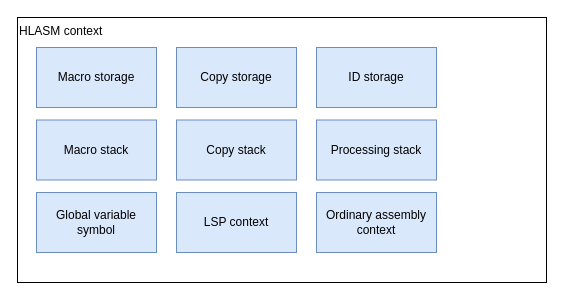
The draw.io diagram documentation/img/hlasm_arch.drawio in michalbali256/HlasmPlugin-docs, before the edit. Source tidied: cells renumbered, new cells numbered last; positions are measured from the earlier drawing's top-left corner, leaving out a move shared by most shapes. Both pictures are drawn from the tidied source at 100%, with x=0, y=0 at pixel (17, 17).
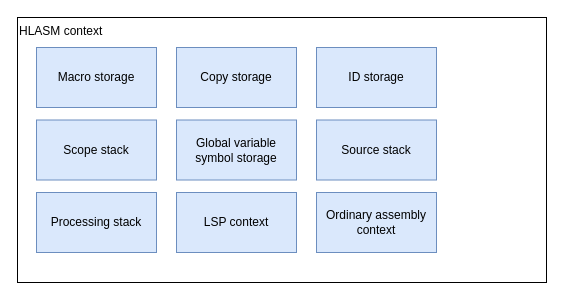
The same page after the edit.

Change to the diagram source:
```diff
@@
 <mxGraphModel>
   <root>
     <mxCell id="0" />
     <mxCell id="1" parent="0" />
     <mxCell id="2" value="HLASM context" style="rounded=0;whiteSpace=wrap;html=1;flipV=0;flipH=1;direction=east;verticalAlign=top;align=left;" parent="1" vertex="1">
       <mxGeometry width="529" height="265" as="geometry" />
     </mxCell>
     <mxCell id="3" value="Macro storage" style="rounded=0;whiteSpace=wrap;html=1;flipV=0;flipH=1;direction=east;verticalAlign=middle;fillColor=#dae8fc;strokeColor=#6c8ebf;" parent="1" vertex="1">
       <mxGeometry x="19" y="30" width="120" height="60" as="geometry" />
     </mxCell>
     <mxCell id="4" value="Copy storage" style="rounded=0;whiteSpace=wrap;html=1;flipV=0;flipH=1;direction=east;verticalAlign=middle;fillColor=#dae8fc;strokeColor=#6c8ebf;" parent="1" vertex="1">
       <mxGeometry x="159" y="30" width="120" height="60" as="geometry" />
     </mxCell>
-    <mxCell id="5" value="Processing stack" style="rounded=0;whiteSpace=wrap;html=1;flipV=0;flipH=1;direction=east;verticalAlign=middle;fillColor=#dae8fc;strokeColor=#6c8ebf;" parent="1" vertex="1">
+    <mxCell id="5" value="Source stack" style="rounded=0;whiteSpace=wrap;html=1;flipV=0;flipH=1;direction=east;verticalAlign=middle;fillColor=#dae8fc;strokeColor=#6c8ebf;" parent="1" vertex="1">
       <mxGeometry x="299" y="102.5" width="120" height="60" as="geometry" />
     </mxCell>
     <mxCell id="6" value="Ordinary assembly context" style="rounded=0;whiteSpace=wrap;html=1;fillColor=#dae8fc;strokeColor=#6c8ebf;" parent="1" vertex="1">
       <mxGeometry x="299" y="175" width="120" height="60" as="geometry" />
     </mxCell>
     <mxCell id="7" value="ID storage" style="rounded=0;whiteSpace=wrap;html=1;flipV=0;flipH=1;direction=east;verticalAlign=middle;fillColor=#dae8fc;strokeColor=#6c8ebf;" parent="1" vertex="1">
       <mxGeometry x="299" y="30" width="120" height="60" as="geometry" />
     </mxCell>
-    <mxCell id="8" value="Global variable symbol" style="rounded=0;whiteSpace=wrap;html=1;flipV=0;flipH=1;direction=east;verticalAlign=middle;fillColor=#dae8fc;strokeColor=#6c8ebf;" parent="1" vertex="1">
-      <mxGeometry x="19" y="175" width="120" height="60" as="geometry" />
+    <mxCell id="8" value="Global variable symbol storage" style="rounded=0;whiteSpace=wrap;html=1;flipV=0;flipH=1;direction=east;verticalAlign=middle;fillColor=#dae8fc;strokeColor=#6c8ebf;" parent="1" vertex="1">
+      <mxGeometry x="159" y="102.5" width="120" height="60" as="geometry" />
     </mxCell>
-    <mxCell id="9" value="Macro stack" style="rounded=0;whiteSpace=wrap;html=1;flipV=0;flipH=1;direction=east;verticalAlign=middle;fillColor=#dae8fc;strokeColor=#6c8ebf;" parent="1" vertex="1">
+    <mxCell id="9" value="Scope stack" style="rounded=0;whiteSpace=wrap;html=1;flipV=0;flipH=1;direction=east;verticalAlign=middle;fillColor=#dae8fc;strokeColor=#6c8ebf;" parent="1" vertex="1">
       <mxGeometry x="19" y="102.5" width="120" height="60" as="geometry" />
     </mxCell>
-    <mxCell id="10" value="Copy stack" style="rounded=0;whiteSpace=wrap;html=1;flipV=0;flipH=1;direction=east;verticalAlign=middle;fillColor=#dae8fc;strokeColor=#6c8ebf;" parent="1" vertex="1">
-      <mxGeometry x="159" y="102.5" width="120" height="60" as="geometry" />
-    </mxCell>
     <mxCell id="11" value="LSP context" style="rounded=0;whiteSpace=wrap;html=1;flipV=0;flipH=1;direction=east;verticalAlign=middle;fillColor=#dae8fc;strokeColor=#6c8ebf;" parent="1" vertex="1">
       <mxGeometry x="159" y="175" width="120" height="60" as="geometry" />
     </mxCell>
+    <mxCell id="12" value="Processing stack" style="rounded=0;whiteSpace=wrap;html=1;flipV=0;flipH=1;direction=east;verticalAlign=middle;fillColor=#dae8fc;strokeColor=#6c8ebf;" parent="1" vertex="1">
+      <mxGeometry x="19" y="175" width="120" height="60" as="geometry" />
+    </mxCell>
   </root>
 </mxGraphModel>
```
